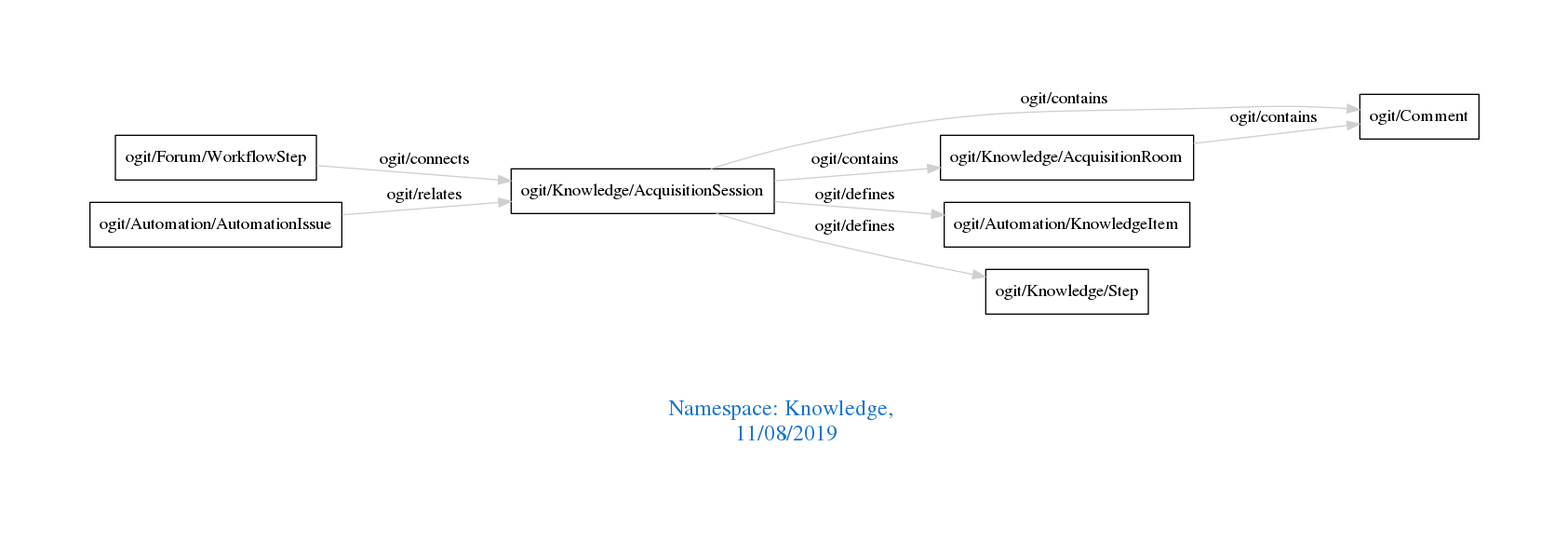
arago/OGIT keeps this Graphviz diagram as downloads/Knowledge.png. Above is the earlier version. Its source is kept beside it as downloads/Knowledge.dot.
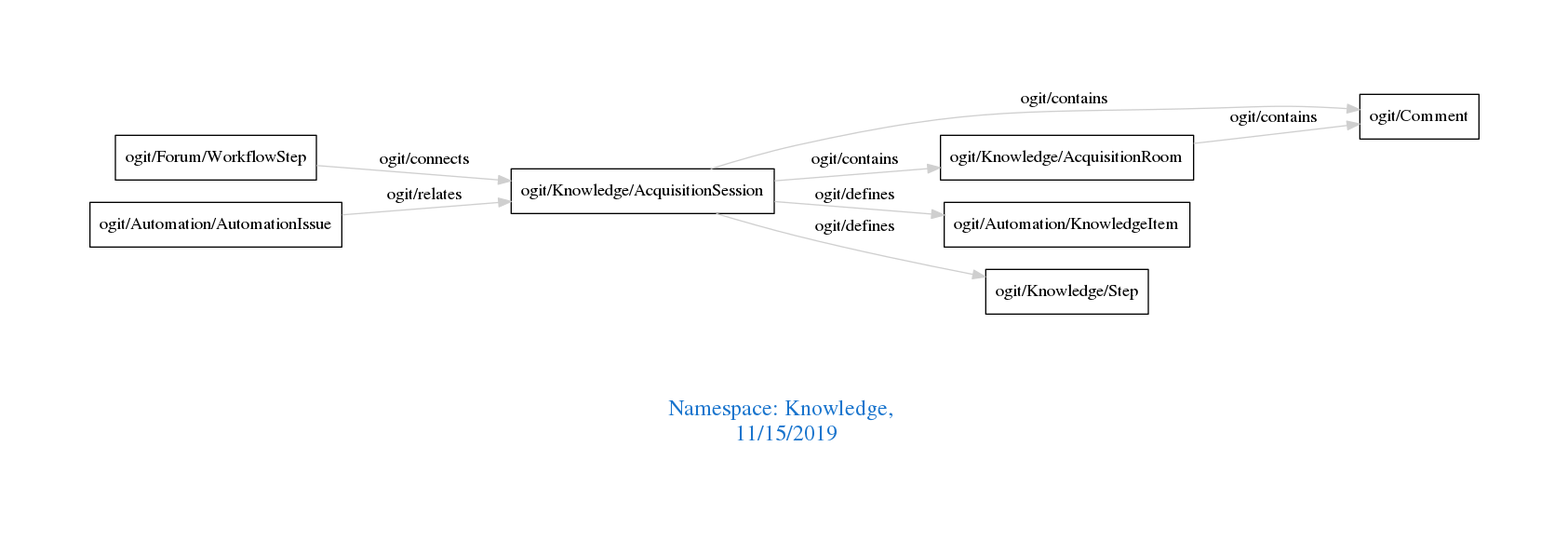
The same diagram one commit later.

What changed in the source:
```diff
@@ -1,7 +1,7 @@
 digraph OGIT_ontology {
  graph [ rankdir= LR,pad=1
 fontsize = 18,
-fontcolor= dodgerblue3,label = "\n\n\nNamespace: Knowledge, \n 11/08/2019"];
+fontcolor= dodgerblue3,label = "\n\n\nNamespace: Knowledge, \n 11/15/2019"];
 node[shape=polygon];
 edge [  color="gray81"];
 
```
